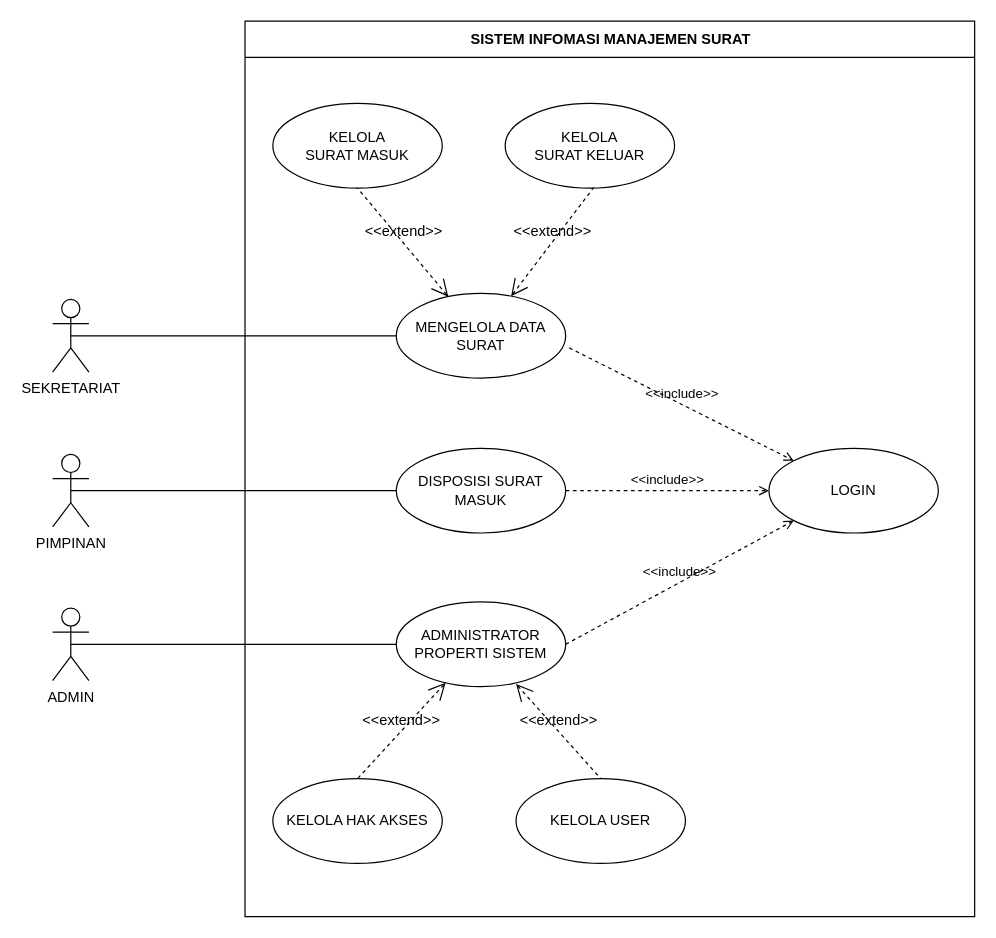
The draw.io diagram UML/FILE drawio/1. USE CASE/USE CASE.drawio in Rusadi-0/KULIAH, before the edit. Source tidied: cells renumbered, new cells numbered last; positions are measured from the earlier drawing's top-left corner, leaving out a move shared by most shapes. Both pictures are drawn from the tidied source at 121%, with x=0, y=0 at pixel (52, 21).
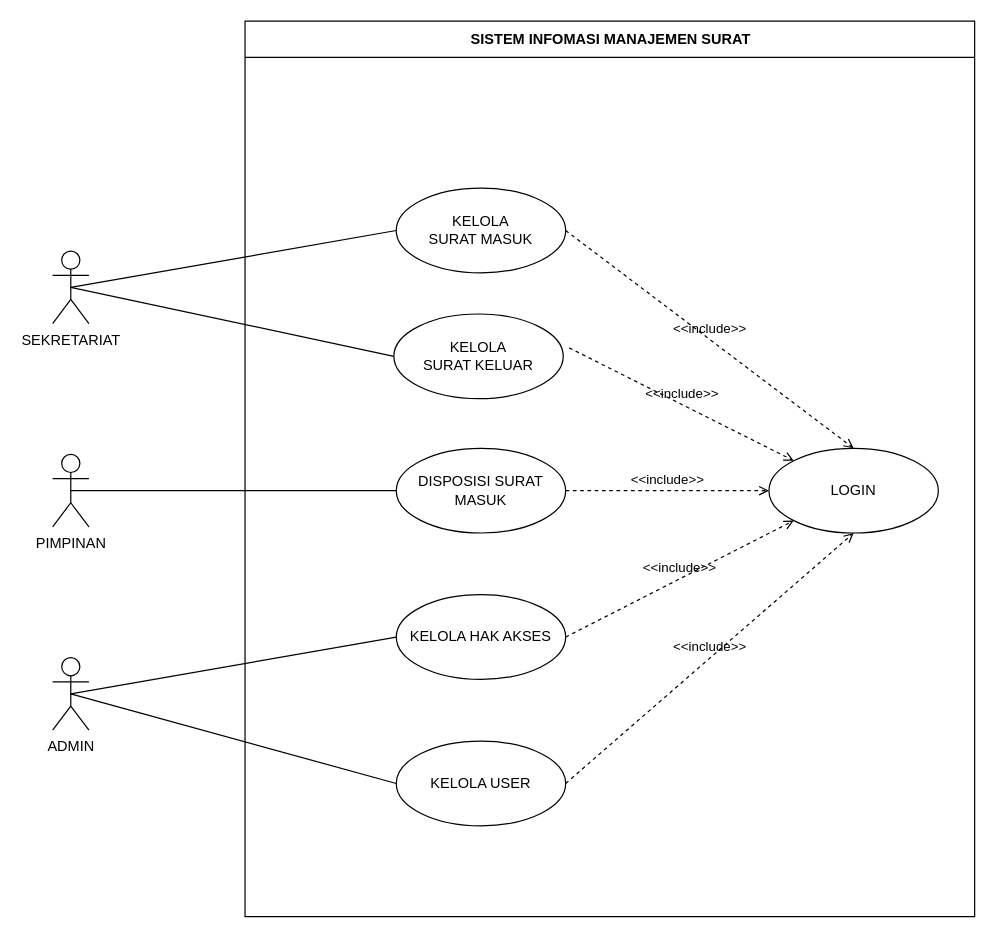
The same diagram, later.

Commit message:
menghapus case pengelolaan surat dan pengelolaan administrator

The change refers to these unchanged cells:
```xml
<mxCell id="2" value="SISTEM INFOMASI MANAJEMEN SURAT" style="swimlane;fontStyle=1;align=center;horizontal=1;startSize=30;html=1;" parent="1" vertex="1">
  <mxGeometry x="159" width="603" height="740" as="geometry" />
</mxCell>
<mxCell id="10" value="LOGIN" style="ellipse;whiteSpace=wrap;html=1;fillColor=none;strokeColor=default;" parent="2" vertex="1">
  <mxGeometry x="433" y="353" width="140" height="70" as="geometry" />
</mxCell>
```

Diff of the diagram source:
```diff
@@
     <mxCell id="3" value="&lt;div&gt;KELOLA &lt;br&gt;&lt;/div&gt;&lt;div&gt;SURAT MASUK&lt;/div&gt;" style="ellipse;whiteSpace=wrap;html=1;fillColor=none;strokeColor=default;" parent="2" vertex="1">
-      <mxGeometry x="23" y="68" width="140" height="70" as="geometry" />
+      <mxGeometry x="125" y="138" width="140" height="70" as="geometry" />
     </mxCell>
     <mxCell id="4" value="&lt;div&gt;KELOLA&lt;/div&gt;&lt;div&gt;SURAT KELUAR&lt;/div&gt;" style="ellipse;whiteSpace=wrap;html=1;fillColor=none;strokeColor=default;" parent="2" vertex="1">
-      <mxGeometry x="215" y="68" width="140" height="70" as="geometry" />
+      <mxGeometry x="123" y="242" width="140" height="70" as="geometry" />
     </mxCell>
-    <mxCell id="5" value="ADMINISTRATOR PROPERTI SISTEM" style="ellipse;whiteSpace=wrap;html=1;fillColor=none;strokeColor=default;" parent="2" vertex="1">
-      <mxGeometry x="125" y="480" width="140" height="70" as="geometry" />
-    </mxCell>
@@
-    <mxCell id="7" value="MENGELOLA DATA SURAT" style="ellipse;whiteSpace=wrap;html=1;fillColor=none;strokeColor=default;" parent="2" vertex="1">
-      <mxGeometry x="125" y="225" width="140" height="70" as="geometry" />
-    </mxCell>
     <mxCell id="8" value="KELOLA HAK AKSES" style="ellipse;whiteSpace=wrap;html=1;fillColor=none;strokeColor=default;" parent="2" vertex="1">
-      <mxGeometry x="23" y="626" width="140" height="70" as="geometry" />
+      <mxGeometry x="125" y="474" width="140" height="70" as="geometry" />
     </mxCell>
     <mxCell id="9" value="KELOLA USER" style="ellipse;whiteSpace=wrap;html=1;fillColor=none;strokeColor=default;" parent="2" vertex="1">
-      <mxGeometry x="224" y="626" width="140" height="70" as="geometry" />
+      <mxGeometry x="125" y="595" width="140" height="70" as="geometry" />
     </mxCell>
@@
-    <mxCell id="11" value="&amp;lt;&amp;lt;include&amp;gt;&amp;gt;" style="edgeStyle=none;html=1;endArrow=open;verticalAlign=bottom;dashed=1;labelBackgroundColor=none;rounded=0;exitX=1.021;exitY=0.643;exitDx=0;exitDy=0;exitPerimeter=0;entryX=0;entryY=0;entryDx=0;entryDy=0;" parent="2" edge="1" source="7" target="10">
-      <mxGeometry relative="1" as="geometry" />
+    <mxCell id="11" value="&amp;lt;&amp;lt;include&amp;gt;&amp;gt;" style="edgeStyle=none;html=1;endArrow=open;verticalAlign=bottom;dashed=1;labelBackgroundColor=none;rounded=0;exitX=1.021;exitY=0.643;exitDx=0;exitDy=0;exitPerimeter=0;entryX=0;entryY=0;entryDx=0;entryDy=0;" parent="2" edge="1" target="10">
+      <mxGeometry relative="1" as="geometry">
+        <mxPoint x="267.9" y="270" as="sourcePoint" />
+      </mxGeometry>
     </mxCell>
@@
-    <mxCell id="13" value="&amp;lt;&amp;lt;include&amp;gt;&amp;gt;" style="edgeStyle=none;html=1;endArrow=open;verticalAlign=bottom;dashed=1;labelBackgroundColor=none;rounded=0;exitX=1;exitY=0.5;exitDx=0;exitDy=0;entryX=0;entryY=1;entryDx=0;entryDy=0;" parent="2" edge="1" source="5" target="10">
+    <mxCell id="13" value="&amp;lt;&amp;lt;include&amp;gt;&amp;gt;" style="edgeStyle=none;html=1;endArrow=open;verticalAlign=bottom;dashed=1;labelBackgroundColor=none;rounded=0;entryX=0;entryY=1;entryDx=0;entryDy=0;exitX=1;exitY=0.5;exitDx=0;exitDy=0;" parent="2" edge="1" source="8" target="10">
       <mxGeometry relative="1" as="geometry" />
     </mxCell>
-    <mxCell id="14" value="&amp;lt;&amp;lt;extend&amp;gt;&amp;gt;" style="edgeStyle=none;html=1;startArrow=open;endArrow=none;startSize=12;verticalAlign=bottom;dashed=1;labelBackgroundColor=none;rounded=0;fontFamily=Helvetica;fontSize=12;fontColor=default;entryX=0.5;entryY=1;entryDx=0;entryDy=0;" parent="2" edge="1" source="7" target="3">
-      <mxGeometry relative="1" as="geometry" />
-    </mxCell>
-    <mxCell id="15" value="&amp;lt;&amp;lt;extend&amp;gt;&amp;gt;" style="edgeStyle=none;html=1;startArrow=open;endArrow=none;startSize=12;verticalAlign=bottom;dashed=1;labelBackgroundColor=none;rounded=0;fontFamily=Helvetica;fontSize=12;fontColor=default;entryX=0.522;entryY=0.994;entryDx=0;entryDy=0;entryPerimeter=0;" parent="2" edge="1" source="7" target="4">
-      <mxGeometry relative="1" as="geometry" />
-    </mxCell>
-    <mxCell id="16" value="&amp;lt;&amp;lt;extend&amp;gt;&amp;gt;" style="edgeStyle=none;html=1;startArrow=open;endArrow=none;startSize=12;verticalAlign=bottom;dashed=1;labelBackgroundColor=none;rounded=0;fontFamily=Helvetica;fontSize=12;fontColor=default;entryX=0.5;entryY=0;entryDx=0;entryDy=0;" parent="2" edge="1" source="5" target="8">
-      <mxGeometry relative="1" as="geometry" />
-    </mxCell>
-    <mxCell id="17" value="&amp;lt;&amp;lt;extend&amp;gt;&amp;gt;" style="edgeStyle=none;html=1;startArrow=open;endArrow=none;startSize=12;verticalAlign=bottom;dashed=1;labelBackgroundColor=none;rounded=0;fontFamily=Helvetica;fontSize=12;fontColor=default;exitX=0.707;exitY=0.968;exitDx=0;exitDy=0;exitPerimeter=0;entryX=0.5;entryY=0;entryDx=0;entryDy=0;" parent="2" edge="1" source="5" target="9">
-      <mxGeometry relative="1" as="geometry" />
-    </mxCell>
+    <mxCell id="24" value="&amp;lt;&amp;lt;include&amp;gt;&amp;gt;" style="edgeStyle=none;html=1;endArrow=open;verticalAlign=bottom;dashed=1;labelBackgroundColor=none;rounded=0;exitX=1;exitY=0.5;exitDx=0;exitDy=0;entryX=0.5;entryY=0;entryDx=0;entryDy=0;" parent="2" edge="1" source="3" target="10">
+      <mxGeometry relative="1" as="geometry" />
+    </mxCell>
+    <mxCell id="25" value="&amp;lt;&amp;lt;include&amp;gt;&amp;gt;" style="edgeStyle=none;html=1;endArrow=open;verticalAlign=bottom;dashed=1;labelBackgroundColor=none;rounded=0;exitX=1;exitY=0.5;exitDx=0;exitDy=0;entryX=0.5;entryY=1;entryDx=0;entryDy=0;" parent="2" edge="1" source="9" target="10">
+      <mxGeometry relative="1" as="geometry" />
+    </mxCell>
     <mxCell id="18" value="SEKRETARIAT" style="shape=umlActor;html=1;verticalLabelPosition=bottom;verticalAlign=top;align=center;" parent="1" vertex="1">
-      <mxGeometry y="230" width="30" height="60" as="geometry" />
+      <mxGeometry y="190" width="30" height="60" as="geometry" />
     </mxCell>
@@
-    <mxCell id="20" style="edgeStyle=none;html=1;endArrow=none;verticalAlign=bottom;rounded=0;entryX=0;entryY=0.5;entryDx=0;entryDy=0;exitX=0.5;exitY=0.5;exitDx=0;exitDy=0;exitPerimeter=0;" parent="1" edge="1" source="18" target="7">
+    <mxCell id="20" style="edgeStyle=none;html=1;endArrow=none;verticalAlign=bottom;rounded=0;entryX=0;entryY=0.5;entryDx=0;entryDy=0;exitX=0.5;exitY=0.5;exitDx=0;exitDy=0;exitPerimeter=0;" parent="1" edge="1" source="18" target="4">
       <mxGeometry relative="1" as="geometry" />
     </mxCell>
@@
     <mxCell id="22" value="ADMIN" style="shape=umlActor;html=1;verticalLabelPosition=bottom;verticalAlign=top;align=center;" parent="1" vertex="1">
-      <mxGeometry y="485" width="30" height="60" as="geometry" />
+      <mxGeometry y="526" width="30" height="60" as="geometry" />
     </mxCell>
-    <mxCell id="23" style="edgeStyle=none;html=1;endArrow=none;verticalAlign=bottom;rounded=0;entryX=0;entryY=0.5;entryDx=0;entryDy=0;exitX=0.5;exitY=0.5;exitDx=0;exitDy=0;exitPerimeter=0;" parent="1" edge="1" source="22" target="5">
+    <mxCell id="23" style="edgeStyle=none;html=1;endArrow=none;verticalAlign=bottom;rounded=0;exitX=0.5;exitY=0.5;exitDx=0;exitDy=0;exitPerimeter=0;entryX=0;entryY=0.5;entryDx=0;entryDy=0;" parent="1" edge="1" source="22" target="8">
       <mxGeometry relative="1" as="geometry" />
     </mxCell>
+    <mxCell id="26" style="endArrow=none;html=1;rounded=0;exitX=0.5;exitY=0.5;exitDx=0;exitDy=0;exitPerimeter=0;entryX=0;entryY=0.5;entryDx=0;entryDy=0;" parent="1" edge="1" source="18" target="3">
+      <mxGeometry relative="1" as="geometry" />
+    </mxCell>
+    <mxCell id="27" style="edgeStyle=none;html=1;endArrow=none;verticalAlign=bottom;rounded=0;exitX=0.5;exitY=0.5;exitDx=0;exitDy=0;exitPerimeter=0;entryX=0;entryY=0.5;entryDx=0;entryDy=0;" parent="1" edge="1" source="22" target="9">
+      <mxGeometry relative="1" as="geometry" />
+    </mxCell>
```
